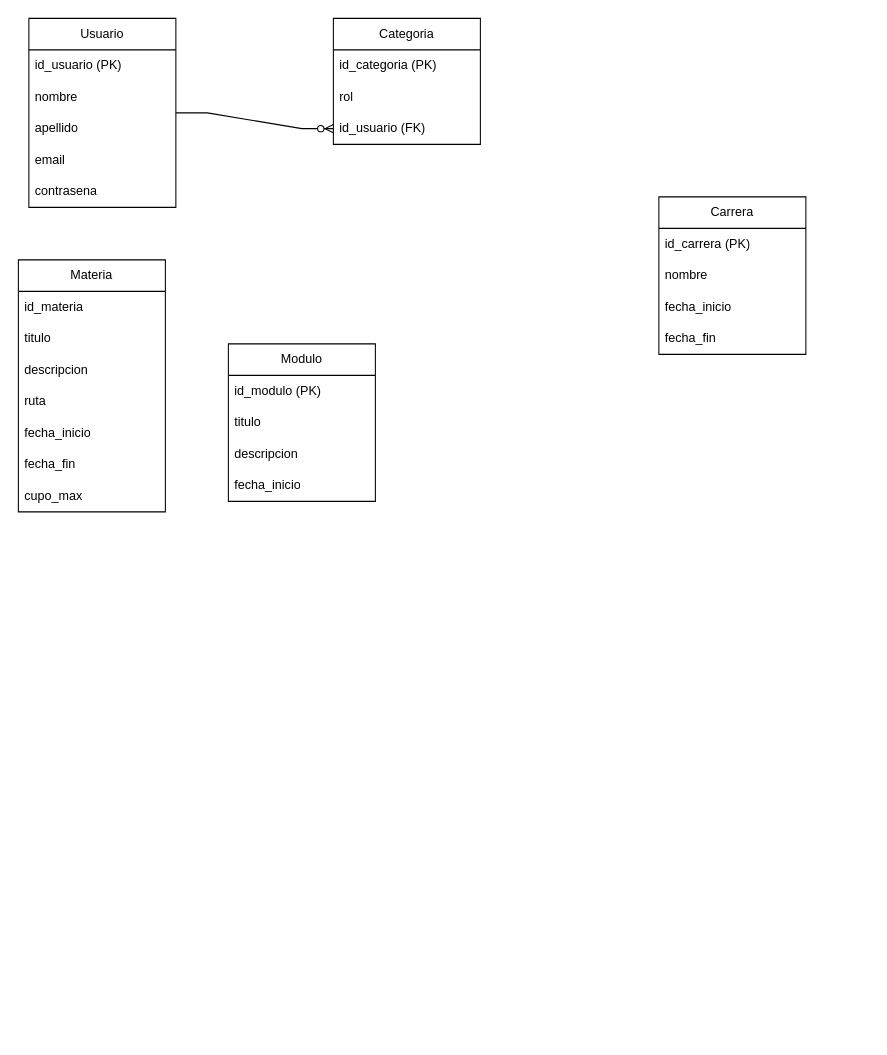
Earlier version of the draw.io diagram pg.drawio (didi90/tarea). Source tidied: cells renumbered, new cells numbered last; positions are measured from the earlier drawing's top-left corner, leaving out a move shared by most shapes. Both pictures are drawn from the tidied source at 105%, with x=0, y=0 at pixel (18, 18).
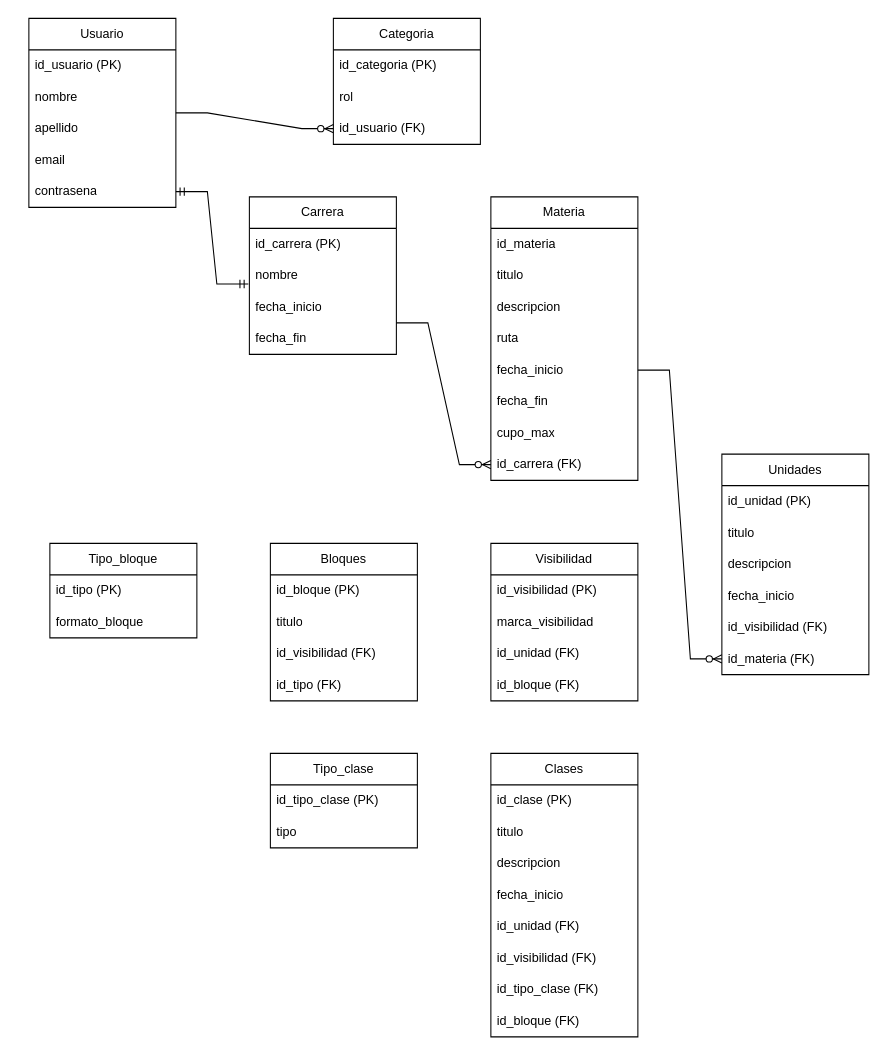
The same page after the edit.

Unchanged cells that the change refers to:
```xml
<mxCell id="7" value="contrasena" style="text;strokeColor=none;fillColor=none;align=left;verticalAlign=middle;spacingLeft=4;spacingRight=4;overflow=hidden;points=[[0,0.5],[1,0.5]];portConstraint=eastwest;whiteSpace=wrap;html=1;" parent="2" vertex="1">
  <mxGeometry y="150" width="140" height="30" as="geometry" />
</mxCell>
<mxCell id="14" value="nombre" style="text;strokeColor=none;fillColor=none;align=left;verticalAlign=middle;spacingLeft=4;spacingRight=4;overflow=hidden;points=[[0,0.5],[1,0.5]];portConstraint=eastwest;whiteSpace=wrap;html=1;" parent="12" vertex="1">
  <mxGeometry y="60" width="140" height="30" as="geometry" />
</mxCell>
<mxCell id="22" value="fecha_inicio" style="text;strokeColor=none;fillColor=none;align=left;verticalAlign=middle;spacingLeft=4;spacingRight=4;overflow=hidden;points=[[0,0.5],[1,0.5]];portConstraint=eastwest;whiteSpace=wrap;html=1;" parent="17" vertex="1">
  <mxGeometry y="150" width="140" height="30" as="geometry" />
</mxCell>
```

Change to the diagram source:
```diff
@@
     <mxCell id="12" value="Carrera" style="swimlane;fontStyle=0;horizontal=1;startSize=30;whiteSpace=wrap;html=1;" parent="1" vertex="1">
-      <mxGeometry x="610" y="170" width="140" height="150" as="geometry" />
+      <mxGeometry x="220" y="170" width="140" height="150" as="geometry" />
     </mxCell>
@@
     <mxCell id="17" value="Materia" style="swimlane;fontStyle=0;horizontal=1;startSize=30;whiteSpace=wrap;html=1;" parent="1" vertex="1">
-      <mxGeometry y="230" width="140" height="240" as="geometry" />
+      <mxGeometry x="450" y="170" width="140" height="270" as="geometry" />
     </mxCell>
@@
+    <mxCell id="31" value="id_carrera (FK)" style="text;strokeColor=none;fillColor=none;align=left;verticalAlign=middle;spacingLeft=4;spacingRight=4;overflow=hidden;points=[[0,0.5],[1,0.5]];portConstraint=eastwest;whiteSpace=wrap;html=1;" parent="17" vertex="1">
+      <mxGeometry y="240" width="140" height="30" as="geometry" />
+    </mxCell>
-    <mxCell id="25" value="Modulo" style="swimlane;fontStyle=0;horizontal=1;startSize=30;whiteSpace=wrap;html=1;" parent="1" vertex="1">
-      <mxGeometry x="200" y="310" width="140" height="150" as="geometry" />
+    <mxCell id="25" value="Unidades" style="swimlane;fontStyle=0;horizontal=1;startSize=30;whiteSpace=wrap;html=1;" parent="1" vertex="1">
+      <mxGeometry x="670" y="415" width="140" height="210" as="geometry" />
     </mxCell>
-    <mxCell id="26" value="id_modulo (PK)" style="text;strokeColor=none;fillColor=none;align=left;verticalAlign=middle;spacingLeft=4;spacingRight=4;overflow=hidden;whiteSpace=wrap;html=1;" parent="25" vertex="1">
+    <mxCell id="26" value="id_unidad (PK)" style="text;strokeColor=none;fillColor=none;align=left;verticalAlign=middle;spacingLeft=4;spacingRight=4;overflow=hidden;whiteSpace=wrap;html=1;" parent="25" vertex="1">
       <mxGeometry y="30" width="140" height="30" as="geometry" />
     </mxCell>
@@
+    <mxCell id="32" value="id_visibilidad (FK)" style="text;strokeColor=none;fillColor=none;align=left;verticalAlign=middle;spacingLeft=4;spacingRight=4;overflow=hidden;whiteSpace=wrap;html=1;" parent="25" vertex="1">
+      <mxGeometry y="150" width="140" height="30" as="geometry" />
+    </mxCell>
+    <mxCell id="33" value="id_materia (FK)" style="text;strokeColor=none;fillColor=none;align=left;verticalAlign=middle;spacingLeft=4;spacingRight=4;overflow=hidden;points=[[0,0.5],[1,0.5]];portConstraint=eastwest;whiteSpace=wrap;html=1;" parent="25" vertex="1">
+      <mxGeometry y="180" width="140" height="30" as="geometry" />
+    </mxCell>
@@
+    <mxCell id="34" style="edgeStyle=entityRelationEdgeStyle;fontSize=12;html=1;endArrow=ERmandOne;startArrow=ERmandOne;rounded=0;exitX=1;exitY=0.5;exitDx=0;exitDy=0;entryX=-0.007;entryY=0.767;entryDx=0;entryDy=0;entryPerimeter=0;" parent="1" edge="1" source="7" target="14">
+      <mxGeometry relative="1" as="geometry" />
+    </mxCell>
+    <mxCell id="35" style="edgeStyle=entityRelationEdgeStyle;fontSize=12;html=1;endArrow=ERzeroToMany;endFill=1;rounded=0;entryX=0;entryY=0.5;entryDx=0;entryDy=0;" parent="1" edge="1" target="31">
+      <mxGeometry relative="1" as="geometry">
+        <mxPoint x="360" y="290" as="sourcePoint" />
+        <Array as="points">
+          <mxPoint x="440" y="290" />
+          <mxPoint x="380" y="360" />
+          <mxPoint x="380" y="360" />
+        </Array>
+      </mxGeometry>
+    </mxCell>
+    <mxCell id="36" style="edgeStyle=entityRelationEdgeStyle;fontSize=12;html=1;endArrow=ERzeroToMany;endFill=1;rounded=0;exitX=1;exitY=0.5;exitDx=0;exitDy=0;" parent="1" edge="1" source="22" target="33">
+      <mxGeometry relative="1" as="geometry" />
+    </mxCell>
+    <mxCell id="37" value="Clases" style="swimlane;fontStyle=0;horizontal=1;startSize=30;whiteSpace=wrap;html=1;" parent="1" vertex="1">
+      <mxGeometry x="450" y="700" width="140" height="270" as="geometry" />
+    </mxCell>
+    <mxCell id="38" value="id_clase (PK)" style="text;strokeColor=none;fillColor=none;align=left;verticalAlign=middle;spacingLeft=4;spacingRight=4;overflow=hidden;whiteSpace=wrap;html=1;" parent="37" vertex="1">
+      <mxGeometry y="30" width="140" height="30" as="geometry" />
+    </mxCell>
+    <mxCell id="39" value="titulo" style="text;strokeColor=none;fillColor=none;align=left;verticalAlign=middle;spacingLeft=4;spacingRight=4;overflow=hidden;whiteSpace=wrap;html=1;" parent="37" vertex="1">
+      <mxGeometry y="60" width="140" height="30" as="geometry" />
+    </mxCell>
+    <mxCell id="40" value="descripcion" style="text;strokeColor=none;fillColor=none;align=left;verticalAlign=middle;spacingLeft=4;spacingRight=4;overflow=hidden;whiteSpace=wrap;html=1;" parent="37" vertex="1">
+      <mxGeometry y="90" width="140" height="30" as="geometry" />
+    </mxCell>
+    <mxCell id="41" value="fecha_inicio" style="text;strokeColor=none;fillColor=none;align=left;verticalAlign=middle;spacingLeft=4;spacingRight=4;overflow=hidden;whiteSpace=wrap;html=1;" parent="37" vertex="1">
+      <mxGeometry y="120" width="140" height="30" as="geometry" />
+    </mxCell>
+    <mxCell id="42" value="id_unidad (FK)" style="text;strokeColor=none;fillColor=none;align=left;verticalAlign=middle;spacingLeft=4;spacingRight=4;overflow=hidden;whiteSpace=wrap;html=1;" parent="37" vertex="1">
+      <mxGeometry y="150" width="140" height="30" as="geometry" />
+    </mxCell>
+    <mxCell id="43" value="id_visibilidad (FK)" style="text;strokeColor=none;fillColor=none;align=left;verticalAlign=middle;spacingLeft=4;spacingRight=4;overflow=hidden;whiteSpace=wrap;html=1;" parent="37" vertex="1">
+      <mxGeometry y="180" width="140" height="30" as="geometry" />
+    </mxCell>
+    <mxCell id="44" value="id_tipo_clase (FK)" style="text;strokeColor=none;fillColor=none;align=left;verticalAlign=middle;spacingLeft=4;spacingRight=4;overflow=hidden;whiteSpace=wrap;html=1;" parent="37" vertex="1">
+      <mxGeometry y="210" width="140" height="30" as="geometry" />
+    </mxCell>
+    <mxCell id="45" value="id_bloque (FK)" style="text;strokeColor=none;fillColor=none;align=left;verticalAlign=middle;spacingLeft=4;spacingRight=4;overflow=hidden;whiteSpace=wrap;html=1;" parent="37" vertex="1">
+      <mxGeometry y="240" width="140" height="30" as="geometry" />
+    </mxCell>
+    <mxCell id="46" value="Bloques" style="swimlane;fontStyle=0;horizontal=1;startSize=30;whiteSpace=wrap;html=1;" parent="1" vertex="1">
+      <mxGeometry x="240" y="500" width="140" height="150" as="geometry" />
+    </mxCell>
+    <mxCell id="47" value="id_bloque (PK)" style="text;strokeColor=none;fillColor=none;align=left;verticalAlign=middle;spacingLeft=4;spacingRight=4;overflow=hidden;whiteSpace=wrap;html=1;" parent="46" vertex="1">
+      <mxGeometry y="30" width="140" height="30" as="geometry" />
+    </mxCell>
+    <mxCell id="48" value="titulo" style="text;strokeColor=none;fillColor=none;align=left;verticalAlign=middle;spacingLeft=4;spacingRight=4;overflow=hidden;whiteSpace=wrap;html=1;" parent="46" vertex="1">
+      <mxGeometry y="60" width="140" height="30" as="geometry" />
+    </mxCell>
+    <mxCell id="49" value="id_visibilidad (FK)" style="text;strokeColor=none;fillColor=none;align=left;verticalAlign=middle;spacingLeft=4;spacingRight=4;overflow=hidden;whiteSpace=wrap;html=1;" parent="46" vertex="1">
+      <mxGeometry y="90" width="140" height="30" as="geometry" />
+    </mxCell>
+    <mxCell id="50" value="id_tipo (FK)" style="text;strokeColor=none;fillColor=none;align=left;verticalAlign=middle;spacingLeft=4;spacingRight=4;overflow=hidden;whiteSpace=wrap;html=1;" parent="46" vertex="1">
+      <mxGeometry y="120" width="140" height="30" as="geometry" />
+    </mxCell>
+    <mxCell id="51" value="Visibilidad" style="swimlane;fontStyle=0;horizontal=1;startSize=30;whiteSpace=wrap;html=1;" parent="1" vertex="1">
+      <mxGeometry x="450" y="500" width="140" height="150" as="geometry" />
+    </mxCell>
+    <mxCell id="52" value="id_visibilidad (PK)" style="text;strokeColor=none;fillColor=none;align=left;verticalAlign=middle;spacingLeft=4;spacingRight=4;overflow=hidden;whiteSpace=wrap;html=1;" parent="51" vertex="1">
+      <mxGeometry y="30" width="140" height="30" as="geometry" />
+    </mxCell>
+    <mxCell id="53" value="marca_visibilidad" style="text;strokeColor=none;fillColor=none;align=left;verticalAlign=middle;spacingLeft=4;spacingRight=4;overflow=hidden;whiteSpace=wrap;html=1;" parent="51" vertex="1">
+      <mxGeometry y="60" width="140" height="30" as="geometry" />
+    </mxCell>
+    <mxCell id="54" value="id_unidad (FK)" style="text;strokeColor=none;fillColor=none;align=left;verticalAlign=middle;spacingLeft=4;spacingRight=4;overflow=hidden;whiteSpace=wrap;html=1;" parent="51" vertex="1">
+      <mxGeometry y="90" width="140" height="30" as="geometry" />
+    </mxCell>
+    <mxCell id="55" value="id_bloque (FK)" style="text;strokeColor=none;fillColor=none;align=left;verticalAlign=middle;spacingLeft=4;spacingRight=4;overflow=hidden;whiteSpace=wrap;html=1;" parent="51" vertex="1">
+      <mxGeometry y="120" width="140" height="30" as="geometry" />
+    </mxCell>
+    <mxCell id="56" value="Tipo_bloque" style="swimlane;fontStyle=0;horizontal=1;startSize=30;whiteSpace=wrap;html=1;" parent="1" vertex="1">
+      <mxGeometry x="30" y="500" width="140" height="90" as="geometry" />
+    </mxCell>
+    <mxCell id="57" value="id_tipo (PK)" style="text;strokeColor=none;fillColor=none;align=left;verticalAlign=middle;spacingLeft=4;spacingRight=4;overflow=hidden;whiteSpace=wrap;html=1;" parent="56" vertex="1">
+      <mxGeometry y="30" width="140" height="30" as="geometry" />
+    </mxCell>
+    <mxCell id="58" value="formato_bloque" style="text;strokeColor=none;fillColor=none;align=left;verticalAlign=middle;spacingLeft=4;spacingRight=4;overflow=hidden;whiteSpace=wrap;html=1;" parent="56" vertex="1">
+      <mxGeometry y="60" width="140" height="30" as="geometry" />
+    </mxCell>
+    <mxCell id="59" value="Tipo_clase" style="swimlane;fontStyle=0;horizontal=1;startSize=30;whiteSpace=wrap;html=1;" parent="1" vertex="1">
+      <mxGeometry x="240" y="700" width="140" height="90" as="geometry" />
+    </mxCell>
+    <mxCell id="60" value="id_tipo_clase (PK)" style="text;strokeColor=none;fillColor=none;align=left;verticalAlign=middle;spacingLeft=4;spacingRight=4;overflow=hidden;whiteSpace=wrap;html=1;" parent="59" vertex="1">
+      <mxGeometry y="30" width="140" height="30" as="geometry" />
+    </mxCell>
+    <mxCell id="61" value="tipo" style="text;strokeColor=none;fillColor=none;align=left;verticalAlign=middle;spacingLeft=4;spacingRight=4;overflow=hidden;whiteSpace=wrap;html=1;" parent="59" vertex="1">
+      <mxGeometry y="60" width="140" height="30" as="geometry" />
+    </mxCell>
```
